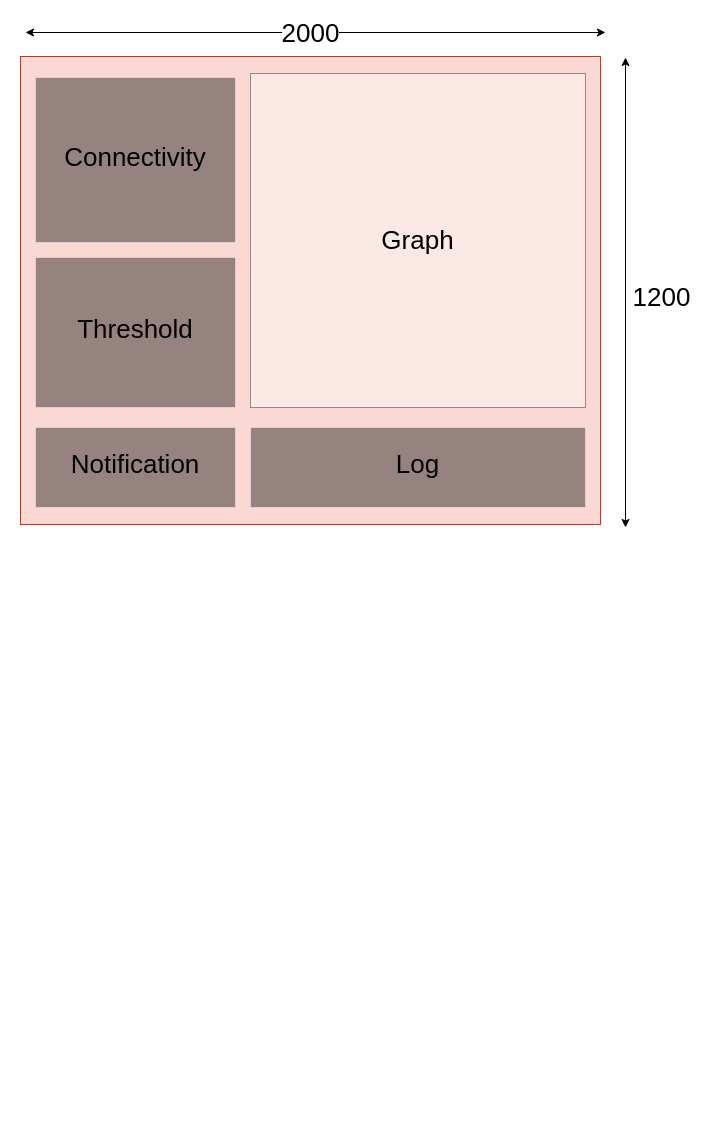
The draw.io diagram page "OLED" (1 of 2) of docs/diagrams/gui_qt.drawio in xuanvietcse/pulse_oximetry, before the edit. Source tidied: cells renumbered, new cells numbered last; positions are measured from the earlier drawing's top-left corner, leaving out a move shared by most shapes. Both pictures are drawn from the tidied source at 100%, with x=0, y=0 at pixel (20, 32).
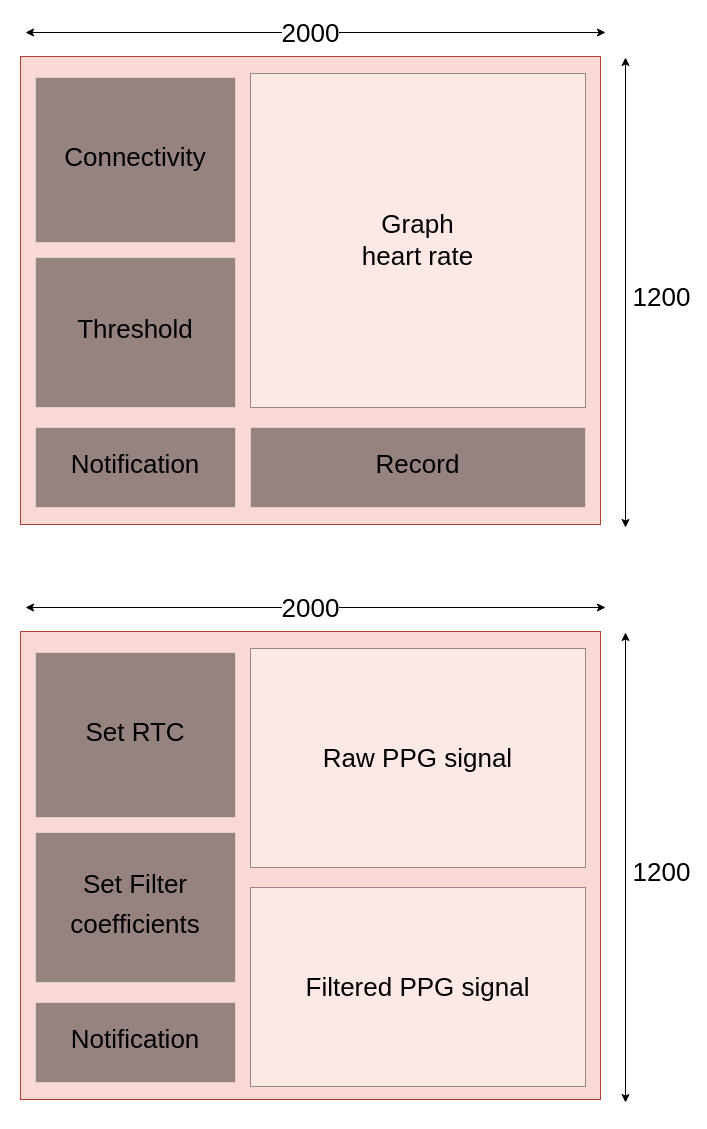
Above is the later version.

Commit message (it also covers changes not shown here):
feat: Create and pass object to filter API

What changed in the source:
```diff
@@
-    <mxCell id="3" value="&lt;font style=&quot;font-size: 26px;&quot;&gt;Graph&lt;/font&gt;" style="rounded=0;whiteSpace=wrap;html=1;opacity=40;imageWidth=24;imageHeight=24;" parent="1" vertex="1">
+    <mxCell id="3" value="&lt;font style=&quot;font-size: 26px;&quot;&gt;Graph&lt;br&gt;heart rate&lt;br&gt;&lt;/font&gt;" style="rounded=0;whiteSpace=wrap;html=1;opacity=40;imageWidth=24;imageHeight=24;" parent="1" vertex="1">
       <mxGeometry x="230" y="41" width="335" height="334" as="geometry" />
     </mxCell>
@@
-    <mxCell id="11" value="&lt;p style=&quot;line-height: 50%;&quot;&gt;&lt;font style=&quot;font-size: 26px;&quot;&gt;Log&lt;/font&gt;&lt;/p&gt;" style="rounded=0;whiteSpace=wrap;html=1;fontSize=8;opacity=40;fillColor=#000000;strokeColor=#FFFFFF;" parent="1" vertex="1">
+    <mxCell id="11" value="&lt;p style=&quot;line-height: 50%;&quot;&gt;&lt;span style=&quot;font-size: 26px;&quot;&gt;Record&lt;/span&gt;&lt;/p&gt;" style="rounded=0;whiteSpace=wrap;html=1;fontSize=8;opacity=40;fillColor=#000000;strokeColor=#FFFFFF;" parent="1" vertex="1">
       <mxGeometry x="230" y="395" width="335" height="80" as="geometry" />
     </mxCell>
+    <mxCell id="12" style="rounded=0;whiteSpace=wrap;html=1;fillColor=#fad9d5;strokeColor=#ae4132;" parent="1" vertex="1">
+      <mxGeometry y="599" width="580" height="468" as="geometry" />
+    </mxCell>
+    <mxCell id="13" value="&lt;font style=&quot;font-size: 26px;&quot;&gt;Raw PPG signal&lt;br&gt;&lt;/font&gt;" style="rounded=0;whiteSpace=wrap;html=1;opacity=40;imageWidth=24;imageHeight=24;" parent="1" vertex="1">
+      <mxGeometry x="230" y="616" width="335" height="219" as="geometry" />
+    </mxCell>
+    <mxCell id="14" value="&lt;p style=&quot;line-height: 50%;&quot;&gt;&lt;span style=&quot;font-size: 26px;&quot;&gt;Set RTC&lt;/span&gt;&lt;/p&gt;" style="rounded=0;whiteSpace=wrap;html=1;fontSize=8;opacity=40;fillColor=#000000;strokeColor=#FFFFFF;" parent="1" vertex="1">
+      <mxGeometry x="15" y="620" width="200" height="165" as="geometry" />
+    </mxCell>
+    <mxCell id="15" style="endArrow=classic;startArrow=classic;html=1;" parent="1" edge="1">
+      <mxGeometry relative="1" as="geometry">
+        <mxPoint x="605" y="1070" as="sourcePoint" />
+        <mxPoint x="605" y="600" as="targetPoint" />
+      </mxGeometry>
+    </mxCell>
+    <mxCell id="16" value="&lt;span style=&quot;font-size: 26px;&quot;&gt;1200&lt;/span&gt;" style="edgeLabel;html=1;align=center;verticalAlign=middle;fontSize=2;" parent="15" vertex="1">
+      <mxGeometry x="-0.05" y="1" relative="1" as="geometry">
+        <mxPoint x="36" y="-8" as="offset" />
+      </mxGeometry>
+    </mxCell>
+    <mxCell id="17" style="endArrow=classic;startArrow=classic;html=1;fontSize=5;" parent="1" edge="1">
+      <mxGeometry relative="1" as="geometry">
+        <mxPoint x="5" y="575" as="sourcePoint" />
+        <mxPoint x="585" y="575" as="targetPoint" />
+      </mxGeometry>
+    </mxCell>
+    <mxCell id="18" value="2000" style="edgeLabel;html=1;align=center;verticalAlign=middle;fontSize=26;" parent="17" vertex="1">
+      <mxGeometry x="-0.09" relative="1" as="geometry">
+        <mxPoint x="20" as="offset" />
+      </mxGeometry>
+    </mxCell>
+    <mxCell id="19" value="&lt;p style=&quot;line-height: 405%;&quot;&gt;&lt;span style=&quot;font-size: 26px;&quot;&gt;Set Filter coefficients&lt;/span&gt;&lt;/p&gt;" style="rounded=0;whiteSpace=wrap;html=1;fontSize=8;opacity=40;fillColor=#000000;strokeColor=#FFFFFF;" parent="1" vertex="1">
+      <mxGeometry x="15" y="800" width="200" height="150" as="geometry" />
+    </mxCell>
+    <mxCell id="20" value="&lt;p style=&quot;line-height: 50%;&quot;&gt;&lt;font style=&quot;font-size: 26px;&quot;&gt;Notification&lt;/font&gt;&lt;/p&gt;" style="rounded=0;whiteSpace=wrap;html=1;fontSize=8;opacity=40;fillColor=#000000;strokeColor=#FFFFFF;" parent="1" vertex="1">
+      <mxGeometry x="15" y="970" width="200" height="80" as="geometry" />
+    </mxCell>
+    <mxCell id="21" value="&lt;span style=&quot;font-size: 26px;&quot;&gt;Filtered PPG signal&lt;/span&gt;" style="rounded=0;whiteSpace=wrap;html=1;opacity=40;imageWidth=24;imageHeight=24;" parent="1" vertex="1">
+      <mxGeometry x="230" y="855" width="335" height="199" as="geometry" />
+    </mxCell>
```
